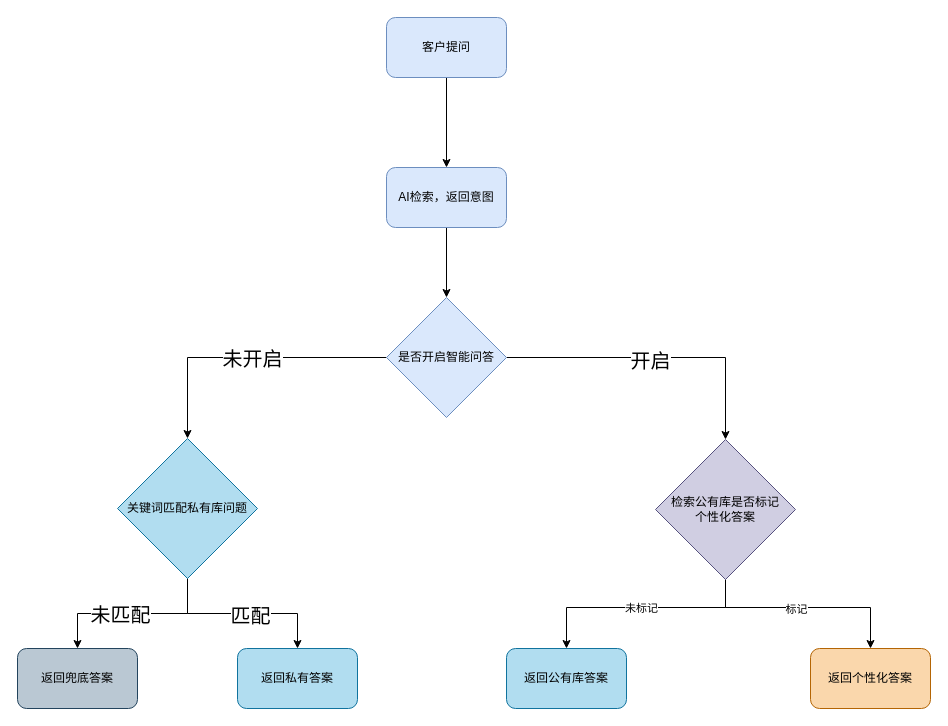
ammengke/my-drawio keeps this draw.io diagram as 客服3.4.x问答决策流程图20250305.drawio. Above is the earlier version. Source tidied: cells renumbered, new cells numbered last; positions are measured from the earlier drawing's top-left corner, leaving out a move shared by most shapes. Both pictures are drawn from the tidied source at 100%, with x=0, y=0 at pixel (17, 17).
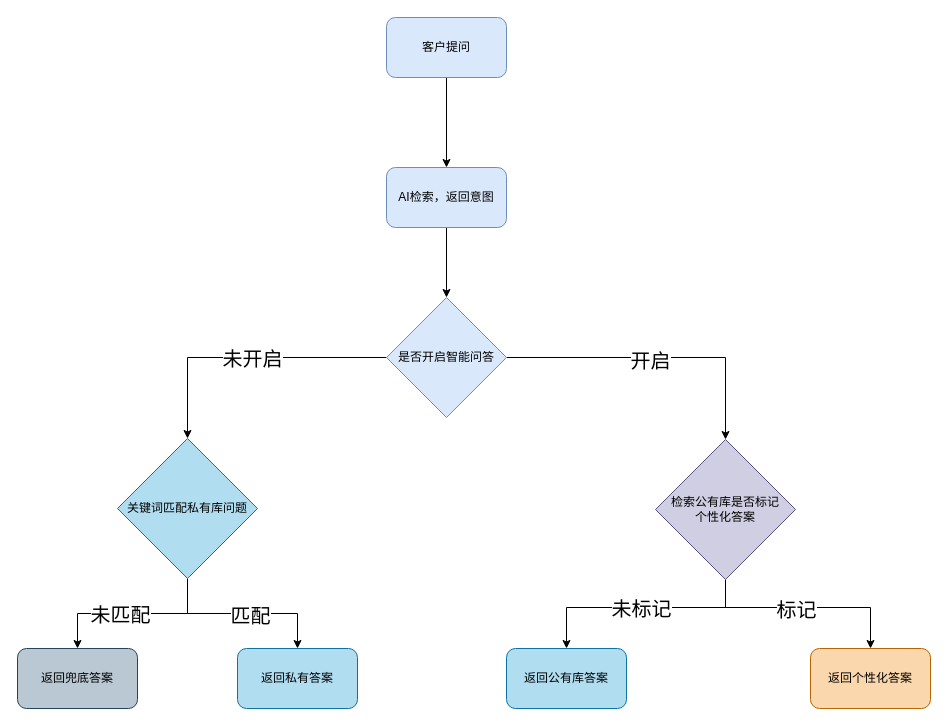
After the change.

Commit message:
更新客服3.4.x问答决策流程图20250305.drawio

The change refers to these unchanged cells:
```xml
<mxCell id="18" style="edgeStyle=orthogonalEdgeStyle;rounded=0;jettySize=auto;html=1;" parent="1" edge="1" source="22" target="23">
  <mxGeometry relative="1" as="geometry">
    <Array as="points">
      <mxPoint x="708" y="590" />
      <mxPoint x="549" y="590" />
    </Array>
  </mxGeometry>
</mxCell>
<mxCell id="20" style="edgeStyle=orthogonalEdgeStyle;rounded=0;jettySize=auto;html=1;" parent="1" edge="1" source="22" target="24">
  <mxGeometry relative="1" as="geometry">
    <Array as="points">
      <mxPoint x="708" y="590" />
      <mxPoint x="853" y="590" />
    </Array>
  </mxGeometry>
</mxCell>
```

Change to the diagram source:
```diff
@@
-    <mxCell id="19" value="未标记" style="edgeLabel;html=1;align=center;verticalAlign=middle;" parent="18" vertex="1">
+    <mxCell id="19" value="未标记" style="edgeLabel;html=1;align=center;verticalAlign=middle;fontSize=20;" parent="18" vertex="1">
       <mxGeometry x="-0.01" relative="1" as="geometry" />
     </mxCell>
@@
-    <mxCell id="21" value="标记" style="edgeLabel;html=1;align=center;verticalAlign=middle;" parent="20" vertex="1">
+    <mxCell id="21" value="标记" style="edgeLabel;html=1;align=center;verticalAlign=middle;fontSize=20;" parent="20" vertex="1">
       <mxGeometry x="-0.08" y="-1" relative="1" as="geometry" />
     </mxCell>
```
